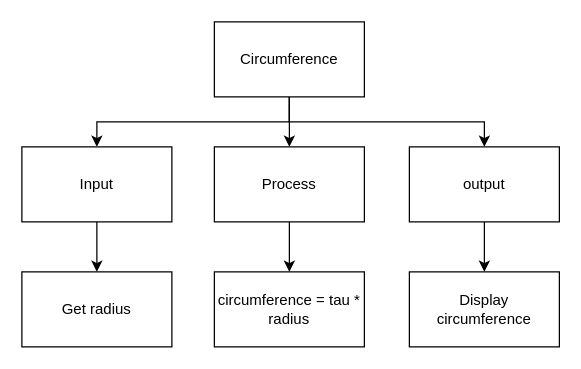
The draw.io diagram page "Top Down" (1 of 2) of design.drawio in Samuel-Webster-178/ICS3U-Unit4-Unit4-06-Python, before the edit. Source tidied: cells renumbered, new cells numbered last; positions are measured from the earlier drawing's top-left corner, leaving out a move shared by most shapes. Both pictures are drawn from the tidied source at 125%, with x=0, y=0 at pixel (21, 21).
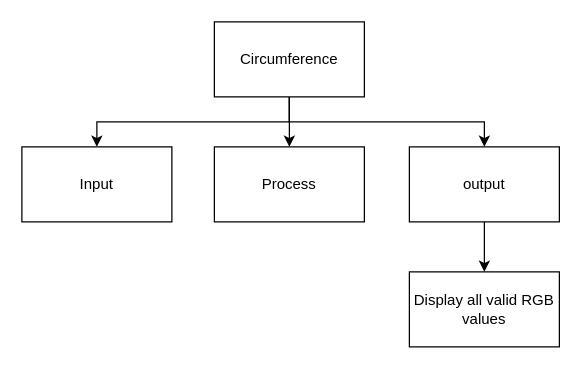
Above is the later version.

Change to the diagram source:
```diff
@@
 <mxGraphModel>
   <root>
     <mxCell id="0" />
     <mxCell id="1" parent="0" />
     <mxCell id="2" style="edgeStyle=none;html=1;" parent="1" edge="1" source="5" target="9">
       <mxGeometry relative="1" as="geometry" />
     </mxCell>
     <mxCell id="3" style="edgeStyle=orthogonalEdgeStyle;html=1;entryX=0.5;entryY=0;entryDx=0;entryDy=0;rounded=0;" parent="1" edge="1" source="5" target="7">
       <mxGeometry relative="1" as="geometry">
         <Array as="points">
           <mxPoint x="214" y="80" />
           <mxPoint x="60" y="80" />
         </Array>
       </mxGeometry>
     </mxCell>
     <mxCell id="4" style="edgeStyle=orthogonalEdgeStyle;html=1;entryX=0.5;entryY=0;entryDx=0;entryDy=0;rounded=0;" parent="1" edge="1" source="5" target="11">
       <mxGeometry relative="1" as="geometry">
         <Array as="points">
           <mxPoint x="214" y="80" />
           <mxPoint x="370" y="80" />
         </Array>
       </mxGeometry>
     </mxCell>
     <mxCell id="5" value="Circumference" style="rounded=0;whiteSpace=wrap;html=1;" parent="1" vertex="1">
       <mxGeometry x="154" width="120" height="60" as="geometry" />
     </mxCell>
-    <mxCell id="6" style="edgeStyle=orthogonalEdgeStyle;rounded=0;html=1;" parent="1" edge="1" source="7" target="12">
-      <mxGeometry relative="1" as="geometry" />
-    </mxCell>
     <mxCell id="7" value="Input" style="rounded=0;whiteSpace=wrap;html=1;" parent="1" vertex="1">
       <mxGeometry y="100" width="120" height="60" as="geometry" />
     </mxCell>
-    <mxCell id="8" style="edgeStyle=orthogonalEdgeStyle;rounded=0;html=1;" parent="1" edge="1" source="9" target="13">
-      <mxGeometry relative="1" as="geometry" />
-    </mxCell>
     <mxCell id="9" value="Process" style="rounded=0;whiteSpace=wrap;html=1;" parent="1" vertex="1">
       <mxGeometry x="154" y="100" width="120" height="60" as="geometry" />
     </mxCell>
     <mxCell id="10" style="edgeStyle=orthogonalEdgeStyle;rounded=0;html=1;" parent="1" edge="1" source="11" target="14">
       <mxGeometry relative="1" as="geometry" />
     </mxCell>
     <mxCell id="11" value="output" style="rounded=0;whiteSpace=wrap;html=1;" parent="1" vertex="1">
       <mxGeometry x="310" y="100" width="120" height="60" as="geometry" />
     </mxCell>
-    <mxCell id="12" value="Get radius" style="rounded=0;whiteSpace=wrap;html=1;" parent="1" vertex="1">
-      <mxGeometry y="200" width="120" height="60" as="geometry" />
-    </mxCell>
-    <mxCell id="13" value="circumference = tau * radius" style="rounded=0;whiteSpace=wrap;html=1;" parent="1" vertex="1">
-      <mxGeometry x="154" y="200" width="120" height="60" as="geometry" />
-    </mxCell>
-    <mxCell id="14" value="Display circumference" style="rounded=0;whiteSpace=wrap;html=1;" parent="1" vertex="1">
+    <mxCell id="14" value="Display all valid RGB values" style="rounded=0;whiteSpace=wrap;html=1;" parent="1" vertex="1">
       <mxGeometry x="310" y="200" width="120" height="60" as="geometry" />
     </mxCell>
   </root>
 </mxGraphModel>
```
